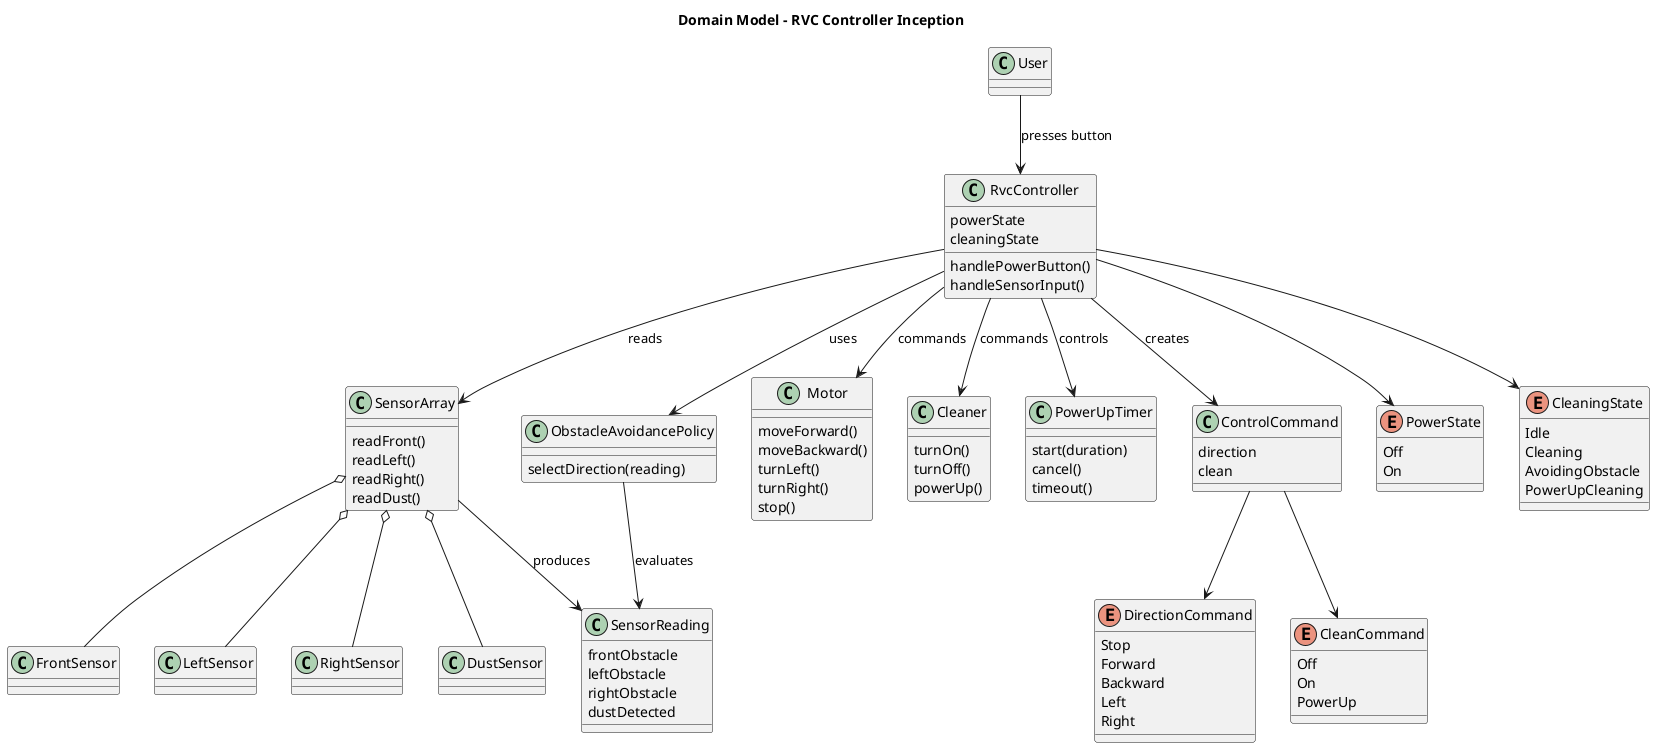
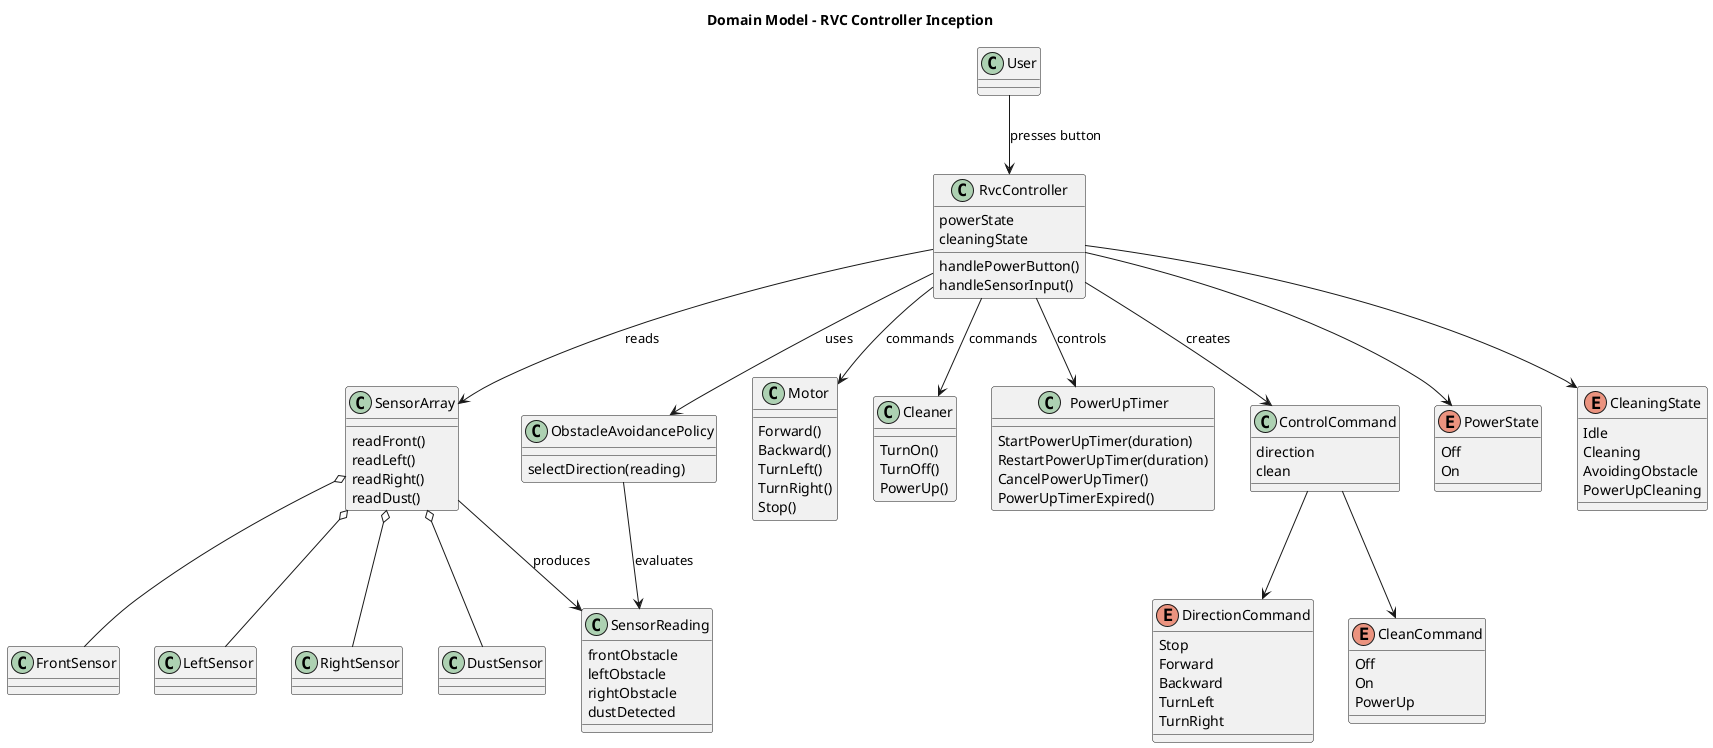
@startuml
title Domain Model - RVC Controller Inception

skinparam classAttributeIconSize 0

class User

class RvcController {
  powerState
  cleaningState
  handlePowerButton()
  handleSensorInput()
}

class SensorArray {
  readFront()
  readLeft()
  readRight()
  readDust()
}

class FrontSensor
class LeftSensor
class RightSensor
class DustSensor

class SensorReading {
  frontObstacle
  leftObstacle
  rightObstacle
  dustDetected
}

class ObstacleAvoidancePolicy {
  selectDirection(reading)
}

class Motor {
-   moveForward()
-   moveBackward()
-   turnLeft()
-   turnRight()
-   stop()
+   Forward()
+   Backward()
+   TurnLeft()
+   TurnRight()
+   Stop()
}

class Cleaner {
-   turnOn()
-   turnOff()
-   powerUp()
+   TurnOn()
+   TurnOff()
+   PowerUp()
}

class PowerUpTimer {
-   start(duration)
-   cancel()
-   timeout()
+   StartPowerUpTimer(duration)
+   RestartPowerUpTimer(duration)
+   CancelPowerUpTimer()
+   PowerUpTimerExpired()
}

class ControlCommand {
  direction
  clean
}

enum PowerState {
  Off
  On
}

enum CleaningState {
  Idle
  Cleaning
  AvoidingObstacle
  PowerUpCleaning
}

enum DirectionCommand {
  Stop
  Forward
  Backward
-   Left
-   Right
+   TurnLeft
+   TurnRight
}

enum CleanCommand {
  Off
  On
  PowerUp
}

User --> RvcController : presses button
RvcController --> SensorArray : reads
SensorArray o-- FrontSensor
SensorArray o-- LeftSensor
SensorArray o-- RightSensor
SensorArray o-- DustSensor
SensorArray --> SensorReading : produces
RvcController --> ObstacleAvoidancePolicy : uses
ObstacleAvoidancePolicy --> SensorReading : evaluates
RvcController --> Motor : commands
RvcController --> Cleaner : commands
RvcController --> PowerUpTimer : controls
RvcController --> ControlCommand : creates
RvcController --> PowerState
RvcController --> CleaningState
ControlCommand --> DirectionCommand
ControlCommand --> CleanCommand
@enduml
